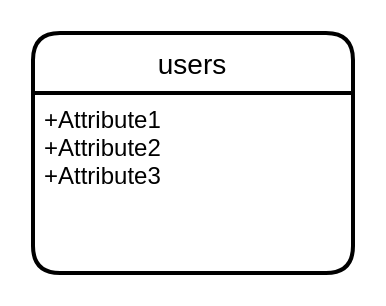
Earlier version of the draw.io diagram .dio (kakeru-takakusaki/gamebo). Source tidied: cells renumbered, new cells numbered last; positions are measured from the earlier drawing's top-left corner, leaving out a move shared by most shapes. Both pictures are drawn from the tidied source at 200%, with x=0, y=0 at pixel (32, 32).
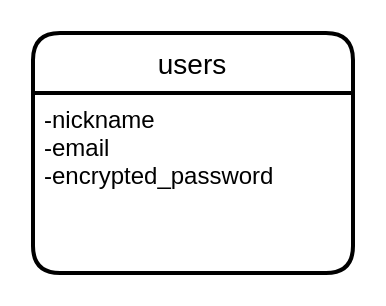
The same page after the edit.

Commit message:
ER図テーブルの洗い出し

Diff of the diagram source:
```diff
@@
 <mxGraphModel>
   <root>
     <mxCell id="0" />
     <mxCell id="1" parent="0" />
     <mxCell id="2" value="users" style="swimlane;horizontal=1;startSize=30;rounded=1;fontSize=14;fontStyle=0;strokeWidth=2;shadow=0;dashed=0;align=center;" parent="1" vertex="1">
       <mxGeometry width="160" height="120" as="geometry" />
     </mxCell>
-    <mxCell id="3" value="+Attribute1&#10;+Attribute2&#10;+Attribute3" style="align=left;strokeColor=none;fillColor=none;spacingLeft=4;fontSize=12;verticalAlign=top;" parent="2" vertex="1">
+    <mxCell id="3" value="-nickname&#10;-email&#10;-encrypted_password" style="align=left;strokeColor=none;fillColor=none;spacingLeft=4;fontSize=12;verticalAlign=top;" parent="2" vertex="1">
       <mxGeometry y="30" width="160" height="90" as="geometry" />
     </mxCell>
   </root>
 </mxGraphModel>
```
